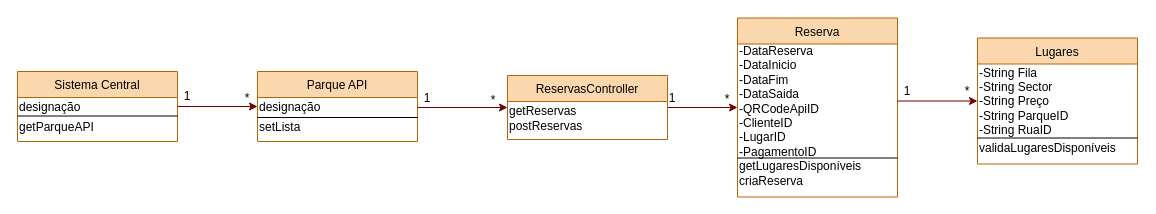
Earlier version of the draw.io diagram User Stories/UC11/DiagramaClasses.drawio (PauloTor/UPskillDOTNET). Source tidied: cells renumbered, new cells numbered last; positions are measured from the earlier drawing's top-left corner, leaving out a move shared by most shapes. Both pictures are drawn from the tidied source at 100%, with x=0, y=0 at pixel (17, 17).
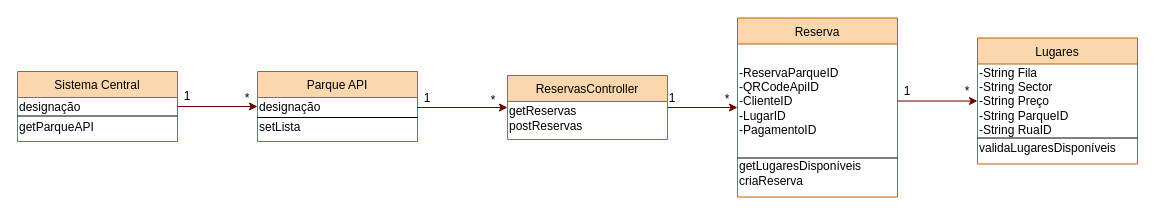
The same page after the edit.

The change refers to these unchanged cells:
```xml
<mxCell id="11" value="Reserva" style="swimlane;fontStyle=0;align=center;verticalAlign=top;horizontal=1;startSize=26;rounded=0;shadow=0;strokeWidth=1;fillColor=#fad7ac;strokeColor=#b46504;" parent="1" vertex="1">
  <mxGeometry x="720" y="0.5" width="160" height="179" as="geometry" />
</mxCell>
```

Change to the diagram source:
```diff
@@
-    <mxCell id="12" value="-DataReserva&lt;br&gt;-DataInicio&lt;br&gt;-DataFim&lt;br&gt;-DataSaida&lt;br&gt;-QRCodeApiID&lt;br&gt;-ClienteID&lt;br&gt;-LugarID&lt;br&gt;-PagamentoID" style="text;html=1;strokeColor=none;fillColor=none;align=left;verticalAlign=middle;whiteSpace=wrap;rounded=0;" parent="11" vertex="1">
+    <mxCell id="12" value="-ReservaParqueID&lt;br&gt;-QRCodeApiID&lt;br&gt;-ClienteID&lt;br&gt;-LugarID&lt;br&gt;-PagamentoID" style="text;html=1;strokeColor=none;fillColor=none;align=left;verticalAlign=middle;whiteSpace=wrap;rounded=0;" parent="11" vertex="1">
       <mxGeometry y="26" width="160" height="114" as="geometry" />
     </mxCell>
```
